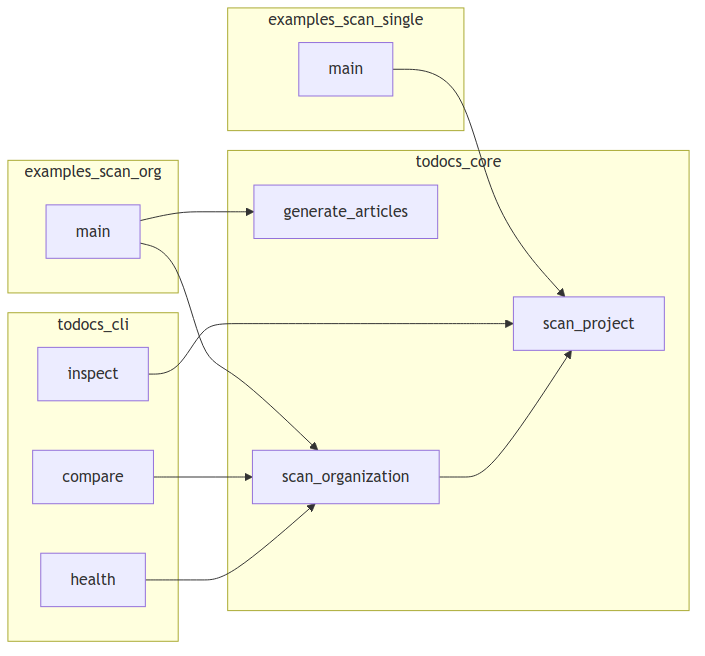
Above: project/calls.png in wronai/todocs (Mermaid), before the change. Its source is kept beside it as project/calls.mmd.
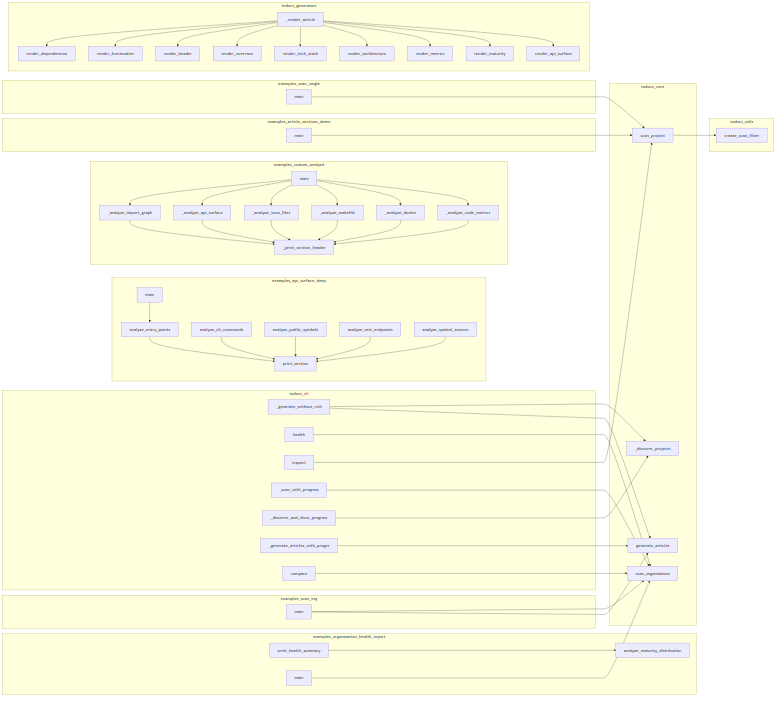
After the change.

Diff of the diagram source:
```diff
@@ -1,4 +1,31 @@
 flowchart LR
+    subgraph examples_api_surface_deep
+        examples__api_surface_deep__analyze_symbol_sources["analyze_symbol_sources"]
+        examples__api_surface_deep__analyze_entry_points["analyze_entry_points"]
+        examples__api_surface_deep__main["main"]
+        examples__api_surface_deep__analyze_rest_endpoints["analyze_rest_endpoints"]
+        examples__api_surface_deep__analyze_cli_commands["analyze_cli_commands"]
+        examples__api_surface_deep__analyze_public_symbols["analyze_public_symbols"]
+        examples__api_surface_deep__print_section["print_section"]
+    end
+    subgraph examples_article_sections_demo
+        examples__article_sections_demo__main["main"]
+    end
+    subgraph examples_custom_analysis
+        examples__custom_analysis___analyze_docker["_analyze_docker"]
+        examples__custom_analysis___analyze_api_surface["_analyze_api_surface"]
+        examples__custom_analysis___analyze_toon_files["_analyze_toon_files"]
+        examples__custom_analysis__main["main"]
+        examples__custom_analysis___print_section_header["_print_section_header"]
+        examples__custom_analysis___analyze_import_graph["_analyze_import_graph"]
+        examples__custom_analysis___analyze_makefile["_analyze_makefile"]
+        examples__custom_analysis___analyze_code_metrics["_analyze_code_metrics"]
+    end
+    subgraph examples_organization_health_report
+        examples__print_health_summary["print_health_summary"]
+        examples__organization_health_report__main["main"]
+        examples__analyze_maturity_distribution["analyze_maturity_distribution"]
+    end
     subgraph examples_scan_org
         examples__scan_org__main["main"]
     end
@@ -6,19 +33,74 @@
         examples__scan_single__main["main"]
     end
     subgraph todocs_cli
+        todocs__cli___generate_without_rich["_generate_without_rich"]
+        todocs__cli__health["health"]
         todocs__cli__inspect["inspect"]
-        todocs__cli__health["health"]
+        todocs__cli___scan_with_progress["_scan_with_progress"]
+        todocs__cli___discover_and_show_progress["_discover_and_show_progress"]
+        todocs__cli___generate_articles_with_progress["_generate_articles_with_progre"]
         todocs__cli__compare["compare"]
     end
     subgraph todocs_core
+        todocs__core___discover_projects["_discover_projects"]
         todocs__core__scan_project["scan_project"]
+        todocs__core__scan_organization["scan_organization"]
         todocs__core__generate_articles["generate_articles"]
-        todocs__core__scan_organization["scan_organization"]
     end
+    subgraph todocs_generators
+        todocs__render_dependencies["render_dependencies"]
+        todocs__render_api_surface["render_api_surface"]
+        todocs__render_overview["render_overview"]
+        todocs__render_header["render_header"]
+        todocs__render_architecture["render_architecture"]
+        todocs___render_article["_render_article"]
+        todocs__render_maturity["render_maturity"]
+        todocs__render_frontmatter["render_frontmatter"]
+        todocs__render_metrics["render_metrics"]
+        todocs__render_tech_stack["render_tech_stack"]
+    end
+    subgraph todocs_utils
+        todocs__utils__create_scan_filter["create_scan_filter"]
+    end
+    examples__scan_single__main --> todocs__core__scan_project
+    examples__article_sections_demo__main --> todocs__core__scan_project
     examples__scan_org__main --> todocs__core__scan_organization
     examples__scan_org__main --> todocs__core__generate_articles
-    examples__scan_single__main --> todocs__core__scan_project
+    examples__custom_analysis___analyze_import_graph --> examples__custom_analysis___print_section_header
+    examples__custom_analysis___analyze_api_surface --> examples__custom_analysis___print_section_header
+    examples__custom_analysis___analyze_toon_files --> examples__custom_analysis___print_section_header
+    examples__custom_analysis___analyze_makefile --> examples__custom_analysis___print_section_header
+    examples__custom_analysis___analyze_docker --> examples__custom_analysis___print_section_header
+    examples__custom_analysis___analyze_code_metrics --> examples__custom_analysis___print_section_header
+    examples__custom_analysis__main --> examples__custom_analysis___analyze_import_graph
+    examples__custom_analysis__main --> examples__custom_analysis___analyze_api_surface
+    examples__custom_analysis__main --> examples__custom_analysis___analyze_toon_files
+    examples__custom_analysis__main --> examples__custom_analysis___analyze_makefile
+    examples__custom_analysis__main --> examples__custom_analysis___analyze_docker
+    examples__custom_analysis__main --> examples__custom_analysis___analyze_code_metrics
+    examples__print_health_summary --> examples__analyze_maturity_distribution
+    examples__organization_health_report__main --> todocs__core__scan_organization
+    examples__api_surface_deep__analyze_entry_points --> examples__api_surface_deep__print_section
+    examples__api_surface_deep__analyze_cli_commands --> examples__api_surface_deep__print_section
+    examples__api_surface_deep__analyze_public_symbols --> examples__api_surface_deep__print_section
+    examples__api_surface_deep__analyze_rest_endpoints --> examples__api_surface_deep__print_section
+    examples__api_surface_deep__analyze_symbol_sources --> examples__api_surface_deep__print_section
+    examples__api_surface_deep__main --> examples__api_surface_deep__analyze_entry_points
+    todocs__cli___discover_and_show_progress --> todocs__core___discover_projects
+    todocs__cli___scan_with_progress --> todocs__core__scan_organization
+    todocs__cli___generate_articles_with_progress --> todocs__core__generate_articles
+    todocs__cli___generate_without_rich --> todocs__core___discover_projects
+    todocs__cli___generate_without_rich --> todocs__core__generate_articles
     todocs__cli__inspect --> todocs__core__scan_project
     todocs__cli__compare --> todocs__core__scan_organization
     todocs__cli__health --> todocs__core__scan_organization
-    todocs__core__scan_organization --> todocs__core__scan_project
+    todocs___render_article --> todocs__render_frontmatter
+    todocs___render_article --> todocs__render_header
+    todocs___render_article --> todocs__render_overview
+    todocs___render_article --> todocs__render_tech_stack
+    todocs___render_article --> todocs__render_architecture
+    todocs___render_article --> todocs__render_metrics
+    todocs___render_article --> todocs__render_maturity
+    todocs___render_article --> todocs__render_dependencies
+    todocs___render_article --> todocs__render_api_surface
+    todocs__core__scan_project --> todocs__utils__create_scan_filter
```
